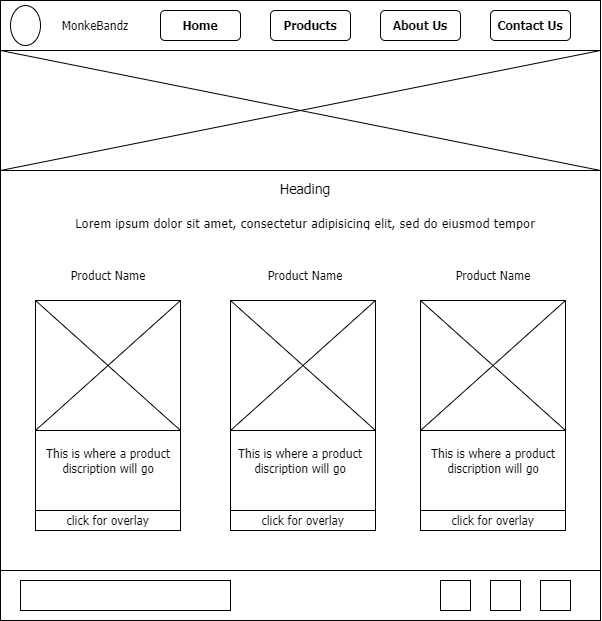
shannonfeist/wdd130 keeps this draw.io diagram as monke-bandz/images/products-wireframe.png. Above is the earlier version. Source tidied: cells renumbered, new cells last; positions are measured from the earlier drawing's top-left corner, leaving out a move shared by most shapes. Its diagram source:
```xml
<mxGraphModel background="#ffffff">
  <root>
    <mxCell id="0" />
    <mxCell id="1" parent="0" />
    <mxCell id="2" style="rounded=0;whiteSpace=wrap;html=1;fontFamily=Tahoma;" parent="1" vertex="1">
      <mxGeometry y="50" width="600" height="520" as="geometry" />
    </mxCell>
    <mxCell id="3" style="rounded=0;whiteSpace=wrap;html=1;" parent="1" vertex="1">
      <mxGeometry x="420" y="430" width="145" height="80" as="geometry" />
    </mxCell>
    <mxCell id="4" style="rounded=0;whiteSpace=wrap;html=1;" parent="1" vertex="1">
      <mxGeometry x="230" y="430" width="145" height="80" as="geometry" />
    </mxCell>
    <mxCell id="5" style="rounded=0;whiteSpace=wrap;html=1;" parent="1" vertex="1">
      <mxGeometry x="35" y="430" width="145" height="80" as="geometry" />
    </mxCell>
    <mxCell id="6" style="rounded=0;whiteSpace=wrap;html=1;fontFamily=Tahoma;" parent="1" vertex="1">
      <mxGeometry y="50" width="600" height="120" as="geometry" />
    </mxCell>
    <mxCell id="7" style="whiteSpace=wrap;html=1;" parent="1" vertex="1">
      <mxGeometry width="600" height="50" as="geometry" />
    </mxCell>
    <mxCell id="8" style="ellipse;whiteSpace=wrap;html=1;" parent="1" vertex="1">
      <mxGeometry x="10" y="5" width="30" height="40" as="geometry" />
    </mxCell>
    <mxCell id="9" value="Contact Us" style="rounded=1;whiteSpace=wrap;html=1;fontFamily=Tahoma;fontStyle=1;" parent="1" vertex="1">
      <mxGeometry x="490" y="10" width="80" height="30" as="geometry" />
    </mxCell>
    <mxCell id="10" value="About Us" style="rounded=1;whiteSpace=wrap;html=1;fontFamily=Tahoma;fontStyle=1;" parent="1" vertex="1">
      <mxGeometry x="380" y="10" width="80" height="30" as="geometry" />
    </mxCell>
    <mxCell id="11" value="Products" style="rounded=1;whiteSpace=wrap;html=1;fontFamily=Tahoma;fontStyle=1;" parent="1" vertex="1">
      <mxGeometry x="270" y="10" width="80" height="30" as="geometry" />
    </mxCell>
    <mxCell id="12" value="Home" style="rounded=1;whiteSpace=wrap;html=1;fontFamily=Tahoma;fontStyle=1;" parent="1" vertex="1">
      <mxGeometry x="160" y="10" width="80" height="30" as="geometry" />
    </mxCell>
    <mxCell id="13" value="MonkeBandz" style="text;html=1;strokeColor=none;fillColor=none;align=center;verticalAlign=middle;whiteSpace=wrap;rounded=0;fontFamily=Tahoma;" parent="1" vertex="1">
      <mxGeometry x="50" y="10" width="90" height="30" as="geometry" />
    </mxCell>
    <mxCell id="14" style="whiteSpace=wrap;html=1;" parent="1" vertex="1">
      <mxGeometry y="570" width="600" height="50" as="geometry" />
    </mxCell>
    <mxCell id="15" style="rounded=0;whiteSpace=wrap;html=1;fontFamily=Tahoma;" parent="1" vertex="1">
      <mxGeometry x="20" y="580" width="210" height="30" as="geometry" />
    </mxCell>
    <mxCell id="16" style="rounded=0;whiteSpace=wrap;html=1;fontFamily=Tahoma;" parent="1" vertex="1">
      <mxGeometry x="440" y="580" width="30" height="30" as="geometry" />
    </mxCell>
    <mxCell id="17" style="rounded=0;whiteSpace=wrap;html=1;fontFamily=Tahoma;" parent="1" vertex="1">
      <mxGeometry x="490" y="580" width="30" height="30" as="geometry" />
    </mxCell>
    <mxCell id="18" style="rounded=0;whiteSpace=wrap;html=1;fontFamily=Tahoma;" parent="1" vertex="1">
      <mxGeometry x="540" y="580" width="30" height="30" as="geometry" />
    </mxCell>
    <mxCell id="19" style="rounded=0;whiteSpace=wrap;html=1;fontFamily=Tahoma;" parent="1" vertex="1">
      <mxGeometry y="50" width="600" height="120" as="geometry" />
    </mxCell>
    <mxCell id="20" style="endArrow=none;html=1;rounded=0;fontFamily=Tahoma;exitX=0;exitY=1;exitDx=0;exitDy=0;entryX=1;entryY=0;entryDx=0;entryDy=0;" parent="1" edge="1" source="19" target="19">
      <mxGeometry relative="1" as="geometry" />
    </mxCell>
    <mxCell id="21" style="endArrow=none;html=1;rounded=0;fontFamily=Tahoma;exitX=1;exitY=1;exitDx=0;exitDy=0;entryX=0;entryY=0;entryDx=0;entryDy=0;" parent="1" edge="1" source="19" target="19">
      <mxGeometry relative="1" as="geometry" />
    </mxCell>
    <mxCell id="22" style="rounded=0;whiteSpace=wrap;html=1;fontFamily=Tahoma;" parent="1" vertex="1">
      <mxGeometry x="35" y="300" width="145" height="130" as="geometry" />
    </mxCell>
    <mxCell id="23" value="click for overlay" style="rounded=0;whiteSpace=wrap;html=1;fontFamily=Tahoma;" parent="1" vertex="1">
      <mxGeometry x="35" y="510" width="145" height="20" as="geometry" />
    </mxCell>
    <mxCell id="24" style="rounded=0;whiteSpace=wrap;html=1;fontFamily=Tahoma;" parent="1" vertex="1">
      <mxGeometry x="230" y="300" width="145" height="130" as="geometry" />
    </mxCell>
    <mxCell id="25" value="click for overlay" style="rounded=0;whiteSpace=wrap;html=1;fontFamily=Tahoma;" parent="1" vertex="1">
      <mxGeometry x="230" y="510" width="145" height="20" as="geometry" />
    </mxCell>
    <mxCell id="26" style="rounded=0;whiteSpace=wrap;html=1;fontFamily=Tahoma;" parent="1" vertex="1">
      <mxGeometry x="420" y="300" width="145" height="130" as="geometry" />
    </mxCell>
    <mxCell id="27" value="click for overlay" style="rounded=0;whiteSpace=wrap;html=1;fontFamily=Tahoma;" parent="1" vertex="1">
      <mxGeometry x="420" y="510" width="145" height="20" as="geometry" />
    </mxCell>
    <mxCell id="28" style="endArrow=none;html=1;rounded=0;fontFamily=Tahoma;entryX=1;entryY=0;entryDx=0;entryDy=0;exitX=0;exitY=1;exitDx=0;exitDy=0;" parent="1" edge="1" source="22" target="22">
      <mxGeometry relative="1" as="geometry" />
    </mxCell>
    <mxCell id="29" style="endArrow=none;html=1;rounded=0;fontFamily=Tahoma;entryX=1;entryY=0;entryDx=0;entryDy=0;exitX=0;exitY=1;exitDx=0;exitDy=0;" parent="1" edge="1" source="24" target="24">
      <mxGeometry relative="1" as="geometry" />
    </mxCell>
    <mxCell id="30" style="endArrow=none;html=1;rounded=0;fontFamily=Tahoma;entryX=1;entryY=0;entryDx=0;entryDy=0;exitX=0;exitY=1;exitDx=0;exitDy=0;" parent="1" edge="1" source="26" target="26">
      <mxGeometry relative="1" as="geometry" />
    </mxCell>
    <mxCell id="31" style="endArrow=none;html=1;rounded=0;fontFamily=Tahoma;exitX=0;exitY=0;exitDx=0;exitDy=0;entryX=1;entryY=1;entryDx=0;entryDy=0;" parent="1" edge="1" source="22" target="22">
      <mxGeometry relative="1" as="geometry" />
    </mxCell>
    <mxCell id="32" style="endArrow=none;html=1;rounded=0;fontFamily=Tahoma;exitX=0;exitY=0;exitDx=0;exitDy=0;entryX=1;entryY=1;entryDx=0;entryDy=0;" parent="1" edge="1" source="24" target="24">
      <mxGeometry relative="1" as="geometry" />
    </mxCell>
    <mxCell id="33" style="endArrow=none;html=1;rounded=0;fontFamily=Tahoma;exitX=0;exitY=0;exitDx=0;exitDy=0;entryX=1;entryY=1;entryDx=0;entryDy=0;" parent="1" edge="1" source="26" target="26">
      <mxGeometry relative="1" as="geometry" />
    </mxCell>
    <mxCell id="34" value="This is where a product discription will go" style="text;html=1;strokeColor=none;fillColor=none;align=center;verticalAlign=middle;whiteSpace=wrap;rounded=0;fontFamily=Tahoma;" parent="1" vertex="1">
      <mxGeometry x="42.5" y="440" width="130" height="40" as="geometry" />
    </mxCell>
    <mxCell id="35" value="This is where a product discription will go" style="text;html=1;strokeColor=none;fillColor=none;align=center;verticalAlign=middle;whiteSpace=wrap;rounded=0;fontFamily=Tahoma;" parent="1" vertex="1">
      <mxGeometry x="235" y="440" width="130" height="40" as="geometry" />
    </mxCell>
    <mxCell id="36" value="This is where a product discription will go" style="text;html=1;strokeColor=none;fillColor=none;align=center;verticalAlign=middle;whiteSpace=wrap;rounded=0;fontFamily=Tahoma;" parent="1" vertex="1">
      <mxGeometry x="427.5" y="440" width="130" height="40" as="geometry" />
    </mxCell>
    <mxCell id="37" style="rounded=0;whiteSpace=wrap;html=1;fontFamily=Tahoma;" parent="1" vertex="1">
      <mxGeometry y="50" width="600" height="120" as="geometry" />
    </mxCell>
    <mxCell id="38" value="Product Name" style="text;html=1;strokeColor=none;fillColor=none;align=center;verticalAlign=middle;whiteSpace=wrap;rounded=0;fontFamily=Tahoma;" parent="1" vertex="1">
      <mxGeometry x="42.5" y="260" width="130" height="30" as="geometry" />
    </mxCell>
    <mxCell id="39" value="Product Name" style="text;html=1;strokeColor=none;fillColor=none;align=center;verticalAlign=middle;whiteSpace=wrap;rounded=0;fontFamily=Tahoma;" parent="1" vertex="1">
      <mxGeometry x="240" y="260" width="130" height="30" as="geometry" />
    </mxCell>
    <mxCell id="40" value="Product Name" style="text;html=1;strokeColor=none;fillColor=none;align=center;verticalAlign=middle;whiteSpace=wrap;rounded=0;fontFamily=Tahoma;" parent="1" vertex="1">
      <mxGeometry x="427.5" y="260" width="130" height="30" as="geometry" />
    </mxCell>
    <mxCell id="41" style="endArrow=none;html=1;rounded=0;fontFamily=Tahoma;entryX=1;entryY=0;entryDx=0;entryDy=0;exitX=0;exitY=1;exitDx=0;exitDy=0;" parent="1" edge="1" source="37" target="37">
      <mxGeometry relative="1" as="geometry" />
    </mxCell>
    <mxCell id="42" style="endArrow=none;html=1;rounded=0;fontFamily=Tahoma;entryX=1;entryY=0;entryDx=0;entryDy=0;exitX=0;exitY=1;exitDx=0;exitDy=0;" parent="1" edge="1">
      <mxGeometry relative="1" as="geometry">
        <mxPoint y="50" as="sourcePoint" />
        <mxPoint x="600" y="170" as="targetPoint" />
      </mxGeometry>
    </mxCell>
    <mxCell id="43" value="&lt;h1 style=&quot;&quot;&gt;&lt;font style=&quot;font-weight: normal; font-size: 14px;&quot;&gt;Heading&lt;/font&gt;&lt;/h1&gt;&lt;p style=&quot;font-size: 13px;&quot;&gt;&lt;font style=&quot;font-size: 13px;&quot;&gt;Lorem ipsum dolor sit amet, consectetur adipisicing elit, sed do eiusmod tempor incididunt ut labore et dolore magna aliqua.&lt;/font&gt;&lt;/p&gt;" style="text;html=1;strokeColor=none;fillColor=none;spacing=5;spacingTop=-35;whiteSpace=wrap;overflow=hidden;rounded=0;fontFamily=Tahoma;align=center;verticalAlign=top;" parent="1" vertex="1">
      <mxGeometry x="60" y="180" width="490" height="50" as="geometry" />
    </mxCell>
  </root>
</mxGraphModel>
```
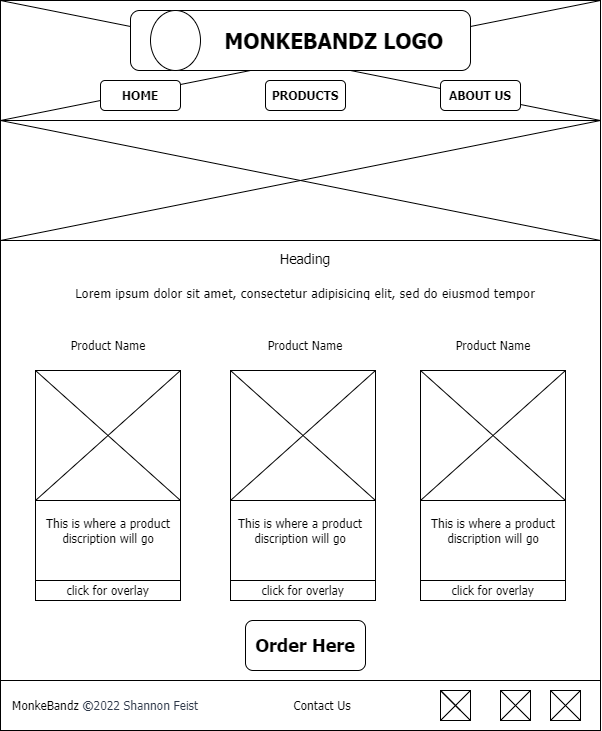
Above is the later version.

Diff of the diagram source:
```diff
@@ -3,7 +3,7 @@
     <mxCell id="0" />
     <mxCell id="1" parent="0" />
     <mxCell id="2" style="rounded=0;whiteSpace=wrap;html=1;fontFamily=Tahoma;" parent="1" vertex="1">
-      <mxGeometry y="50" width="600" height="520" as="geometry" />
+      <mxGeometry y="50" width="600" height="560" as="geometry" />
     </mxCell>
     <mxCell id="3" style="rounded=0;whiteSpace=wrap;html=1;" parent="1" vertex="1">
       <mxGeometry x="420" y="430" width="145" height="80" as="geometry" />
@@ -17,42 +17,6 @@
     <mxCell id="6" style="rounded=0;whiteSpace=wrap;html=1;fontFamily=Tahoma;" parent="1" vertex="1">
       <mxGeometry y="50" width="600" height="120" as="geometry" />
     </mxCell>
-    <mxCell id="7" style="whiteSpace=wrap;html=1;" parent="1" vertex="1">
-      <mxGeometry width="600" height="50" as="geometry" />
-    </mxCell>
-    <mxCell id="8" style="ellipse;whiteSpace=wrap;html=1;" parent="1" vertex="1">
-      <mxGeometry x="10" y="5" width="30" height="40" as="geometry" />
-    </mxCell>
-    <mxCell id="9" value="Contact Us" style="rounded=1;whiteSpace=wrap;html=1;fontFamily=Tahoma;fontStyle=1;" parent="1" vertex="1">
-      <mxGeometry x="490" y="10" width="80" height="30" as="geometry" />
-    </mxCell>
-    <mxCell id="10" value="About Us" style="rounded=1;whiteSpace=wrap;html=1;fontFamily=Tahoma;fontStyle=1;" parent="1" vertex="1">
-      <mxGeometry x="380" y="10" width="80" height="30" as="geometry" />
-    </mxCell>
-    <mxCell id="11" value="Products" style="rounded=1;whiteSpace=wrap;html=1;fontFamily=Tahoma;fontStyle=1;" parent="1" vertex="1">
-      <mxGeometry x="270" y="10" width="80" height="30" as="geometry" />
-    </mxCell>
-    <mxCell id="12" value="Home" style="rounded=1;whiteSpace=wrap;html=1;fontFamily=Tahoma;fontStyle=1;" parent="1" vertex="1">
-      <mxGeometry x="160" y="10" width="80" height="30" as="geometry" />
-    </mxCell>
-    <mxCell id="13" value="MonkeBandz" style="text;html=1;strokeColor=none;fillColor=none;align=center;verticalAlign=middle;whiteSpace=wrap;rounded=0;fontFamily=Tahoma;" parent="1" vertex="1">
-      <mxGeometry x="50" y="10" width="90" height="30" as="geometry" />
-    </mxCell>
-    <mxCell id="14" style="whiteSpace=wrap;html=1;" parent="1" vertex="1">
-      <mxGeometry y="570" width="600" height="50" as="geometry" />
-    </mxCell>
-    <mxCell id="15" style="rounded=0;whiteSpace=wrap;html=1;fontFamily=Tahoma;" parent="1" vertex="1">
-      <mxGeometry x="20" y="580" width="210" height="30" as="geometry" />
-    </mxCell>
-    <mxCell id="16" style="rounded=0;whiteSpace=wrap;html=1;fontFamily=Tahoma;" parent="1" vertex="1">
-      <mxGeometry x="440" y="580" width="30" height="30" as="geometry" />
-    </mxCell>
-    <mxCell id="17" style="rounded=0;whiteSpace=wrap;html=1;fontFamily=Tahoma;" parent="1" vertex="1">
-      <mxGeometry x="490" y="580" width="30" height="30" as="geometry" />
-    </mxCell>
-    <mxCell id="18" style="rounded=0;whiteSpace=wrap;html=1;fontFamily=Tahoma;" parent="1" vertex="1">
-      <mxGeometry x="540" y="580" width="30" height="30" as="geometry" />
-    </mxCell>
     <mxCell id="19" style="rounded=0;whiteSpace=wrap;html=1;fontFamily=Tahoma;" parent="1" vertex="1">
       <mxGeometry y="50" width="600" height="120" as="geometry" />
     </mxCell>
@@ -131,5 +95,87 @@
     <mxCell id="43" value="&lt;h1 style=&quot;&quot;&gt;&lt;font style=&quot;font-weight: normal; font-size: 14px;&quot;&gt;Heading&lt;/font&gt;&lt;/h1&gt;&lt;p style=&quot;font-size: 13px;&quot;&gt;&lt;font style=&quot;font-size: 13px;&quot;&gt;Lorem ipsum dolor sit amet, consectetur adipisicing elit, sed do eiusmod tempor incididunt ut labore et dolore magna aliqua.&lt;/font&gt;&lt;/p&gt;" style="text;html=1;strokeColor=none;fillColor=none;spacing=5;spacingTop=-35;whiteSpace=wrap;overflow=hidden;rounded=0;fontFamily=Tahoma;align=center;verticalAlign=top;" parent="1" vertex="1">
       <mxGeometry x="60" y="180" width="490" height="50" as="geometry" />
     </mxCell>
+    <mxCell id="44" style="whiteSpace=wrap;html=1;" parent="1" vertex="1">
+      <mxGeometry y="-70" width="600" height="120" as="geometry" />
+    </mxCell>
+    <mxCell id="45" style="endArrow=none;html=1;rounded=0;fontFamily=Tahoma;fontSize=14;entryX=1;entryY=0;entryDx=0;entryDy=0;exitX=0;exitY=1;exitDx=0;exitDy=0;" parent="1" edge="1" source="44" target="44">
+      <mxGeometry relative="1" as="geometry" />
+    </mxCell>
+    <mxCell id="46" style="endArrow=none;html=1;rounded=0;fontFamily=Tahoma;fontSize=14;entryX=1;entryY=0;entryDx=0;entryDy=0;exitX=0;exitY=1;exitDx=0;exitDy=0;" parent="1" edge="1">
+      <mxGeometry relative="1" as="geometry">
+        <mxPoint x="600" y="50" as="sourcePoint" />
+        <mxPoint y="-70" as="targetPoint" />
+      </mxGeometry>
+    </mxCell>
+    <mxCell id="47" value="ABOUT US" style="rounded=1;whiteSpace=wrap;html=1;fontFamily=Tahoma;fontStyle=1;" parent="1" vertex="1">
+      <mxGeometry x="440" y="10" width="80" height="30" as="geometry" />
+    </mxCell>
+    <mxCell id="48" value="PRODUCTS" style="rounded=1;whiteSpace=wrap;html=1;fontFamily=Tahoma;fontStyle=1;" parent="1" vertex="1">
+      <mxGeometry x="265" y="10" width="80" height="30" as="geometry" />
+    </mxCell>
+    <mxCell id="49" value="HOME" style="rounded=1;whiteSpace=wrap;html=1;fontFamily=Tahoma;fontStyle=1;" parent="1" vertex="1">
+      <mxGeometry x="100" y="10" width="80" height="30" as="geometry" />
+    </mxCell>
+    <mxCell id="50" value="&lt;h2&gt;&amp;nbsp; &amp;nbsp; &amp;nbsp; &amp;nbsp; &amp;nbsp; &amp;nbsp;MONKEBANDZ LOGO&lt;/h2&gt;" style="rounded=1;whiteSpace=wrap;html=1;fontFamily=Tahoma;fontSize=14;" parent="1" vertex="1">
+      <mxGeometry x="130" y="-60" width="340" height="60" as="geometry" />
+    </mxCell>
+    <mxCell id="51" style="ellipse;whiteSpace=wrap;html=1;fontFamily=Tahoma;fontSize=18;" parent="1" vertex="1">
+      <mxGeometry x="150" y="-60" width="50" height="60" as="geometry" />
+    </mxCell>
+    <mxCell id="52" style="whiteSpace=wrap;html=1;" parent="1" vertex="1">
+      <mxGeometry y="610" width="600" height="50" as="geometry" />
+    </mxCell>
+    <mxCell id="53" style="rounded=0;whiteSpace=wrap;html=1;fontFamily=Tahoma;" parent="1" vertex="1">
+      <mxGeometry x="440" y="620" width="30" height="30" as="geometry" />
+    </mxCell>
+    <mxCell id="9" value="&amp;nbsp;Contact Us" style="text;html=1;strokeColor=none;fillColor=none;align=center;verticalAlign=middle;whiteSpace=wrap;rounded=0;fontFamily=Tahoma;fontSize=12;" parent="1" vertex="1">
+      <mxGeometry x="280" y="620" width="80" height="30" as="geometry" />
+    </mxCell>
+    <mxCell id="54" style="endArrow=none;html=1;rounded=0;entryX=0;entryY=1;entryDx=0;entryDy=0;exitX=1;exitY=0;exitDx=0;exitDy=0;" parent="1" edge="1" source="53" target="53">
+      <mxGeometry relative="1" as="geometry" />
+    </mxCell>
+    <mxCell id="55" style="endArrow=none;html=1;rounded=0;" parent="1" edge="1">
+      <mxGeometry relative="1" as="geometry">
+        <mxPoint x="460" y="640" as="sourcePoint" />
+        <mxPoint x="470" y="650" as="targetPoint" />
+        <Array as="points">
+          <mxPoint x="440" y="620" />
+        </Array>
+      </mxGeometry>
+    </mxCell>
+    <mxCell id="56" style="rounded=0;whiteSpace=wrap;html=1;fontFamily=Tahoma;" parent="1" vertex="1">
+      <mxGeometry x="550" y="620" width="30" height="30" as="geometry" />
+    </mxCell>
+    <mxCell id="57" style="endArrow=none;html=1;rounded=0;entryX=0;entryY=1;entryDx=0;entryDy=0;exitX=1;exitY=0;exitDx=0;exitDy=0;" parent="1" edge="1" source="56" target="56">
+      <mxGeometry relative="1" as="geometry" />
+    </mxCell>
+    <mxCell id="58" style="endArrow=none;html=1;rounded=0;" parent="1" edge="1" source="56">
+      <mxGeometry relative="1" as="geometry">
+        <mxPoint x="580" y="650" as="targetPoint" />
+        <Array as="points">
+          <mxPoint x="550" y="620" />
+        </Array>
+      </mxGeometry>
+    </mxCell>
+    <mxCell id="59" style="rounded=0;whiteSpace=wrap;html=1;fontFamily=Tahoma;" parent="1" vertex="1">
+      <mxGeometry x="500" y="620" width="30" height="30" as="geometry" />
+    </mxCell>
+    <mxCell id="60" style="endArrow=none;html=1;rounded=0;entryX=0;entryY=1;entryDx=0;entryDy=0;exitX=1;exitY=0;exitDx=0;exitDy=0;" parent="1" edge="1" source="59" target="59">
+      <mxGeometry relative="1" as="geometry" />
+    </mxCell>
+    <mxCell id="61" style="endArrow=none;html=1;rounded=0;" parent="1" edge="1" source="59">
+      <mxGeometry relative="1" as="geometry">
+        <mxPoint x="530" y="650" as="targetPoint" />
+        <Array as="points">
+          <mxPoint x="500" y="620" />
+        </Array>
+      </mxGeometry>
+    </mxCell>
+    <mxCell id="62" value="&lt;font face=&quot;Tahoma&quot;&gt;MonkeBandz&amp;nbsp;&lt;/font&gt;&lt;span style=&quot;box-sizing: inherit; color: rgb(45, 55, 72); background-color: rgb(255, 255, 255);&quot;&gt;&lt;font style=&quot;font-size: 12px; line-height: 0;&quot;&gt;&lt;font style=&quot;&quot; face=&quot;Tahoma&quot;&gt;&lt;b&gt;©&lt;/b&gt;2022 Shannon Feist&lt;/font&gt;&lt;br&gt;&lt;/font&gt;&lt;/span&gt;" style="text;html=1;strokeColor=none;fillColor=none;align=left;verticalAlign=middle;whiteSpace=wrap;rounded=0;spacingTop=0;" parent="1" vertex="1">
+      <mxGeometry x="10" y="620" width="190" height="30" as="geometry" />
+    </mxCell>
+    <mxCell id="63" value="&lt;font style=&quot;font-size: 18px;&quot; face=&quot;Tahoma&quot;&gt;&lt;b&gt;Order Here&lt;/b&gt;&lt;/font&gt;" style="rounded=1;whiteSpace=wrap;html=1;" parent="1" vertex="1">
+      <mxGeometry x="245" y="550" width="120" height="50" as="geometry" />
+    </mxCell>
   </root>
 </mxGraphModel>
```
